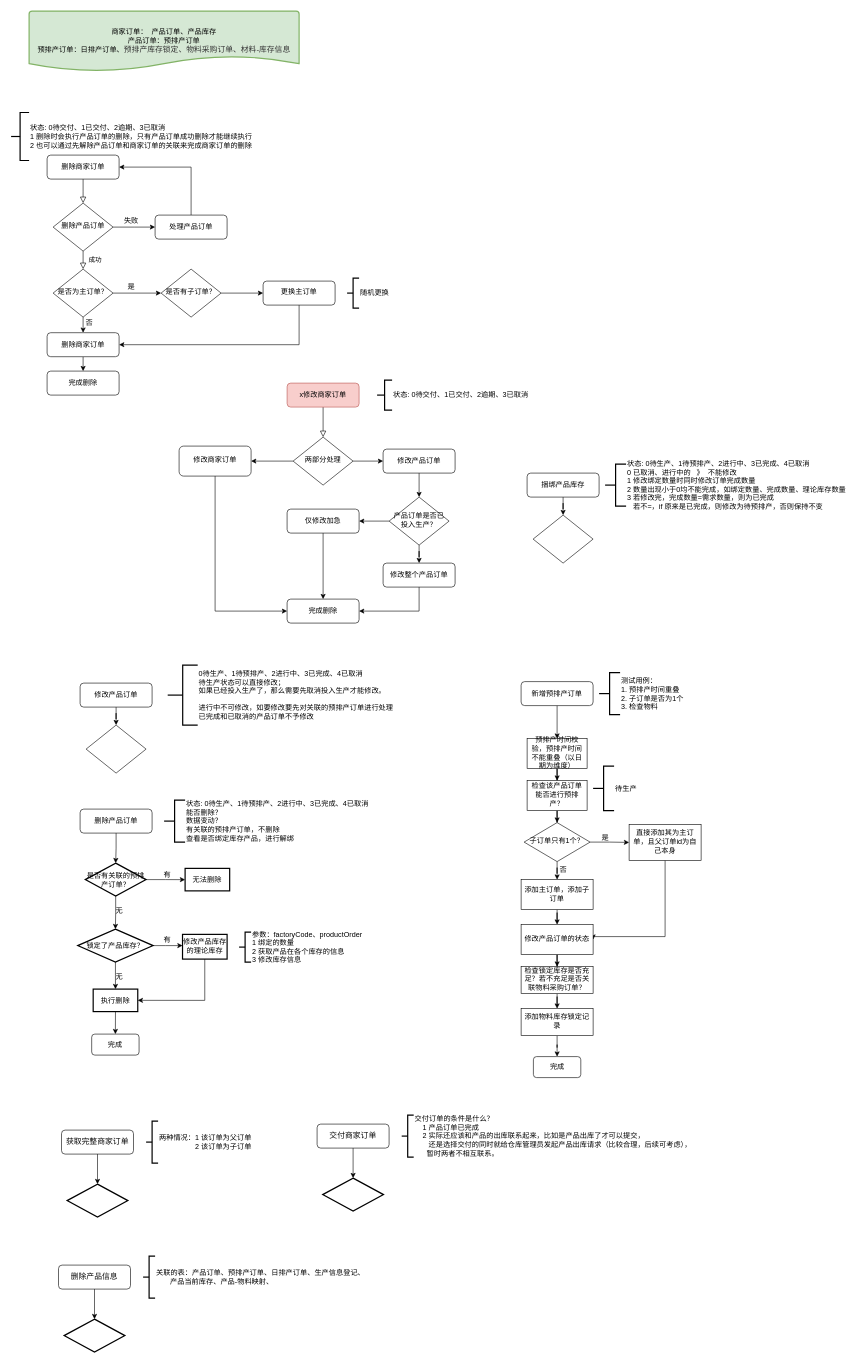
Earlier version of the draw.io diagram img/流程图.drawio (OldQi/first_rpo). Source tidied: cells renumbered, new cells numbered last; positions are measured from the earlier drawing's top-left corner, leaving out a move shared by most shapes. Both pictures are drawn from the tidied source at 60%, with x=0, y=0 at pixel (11, 11).
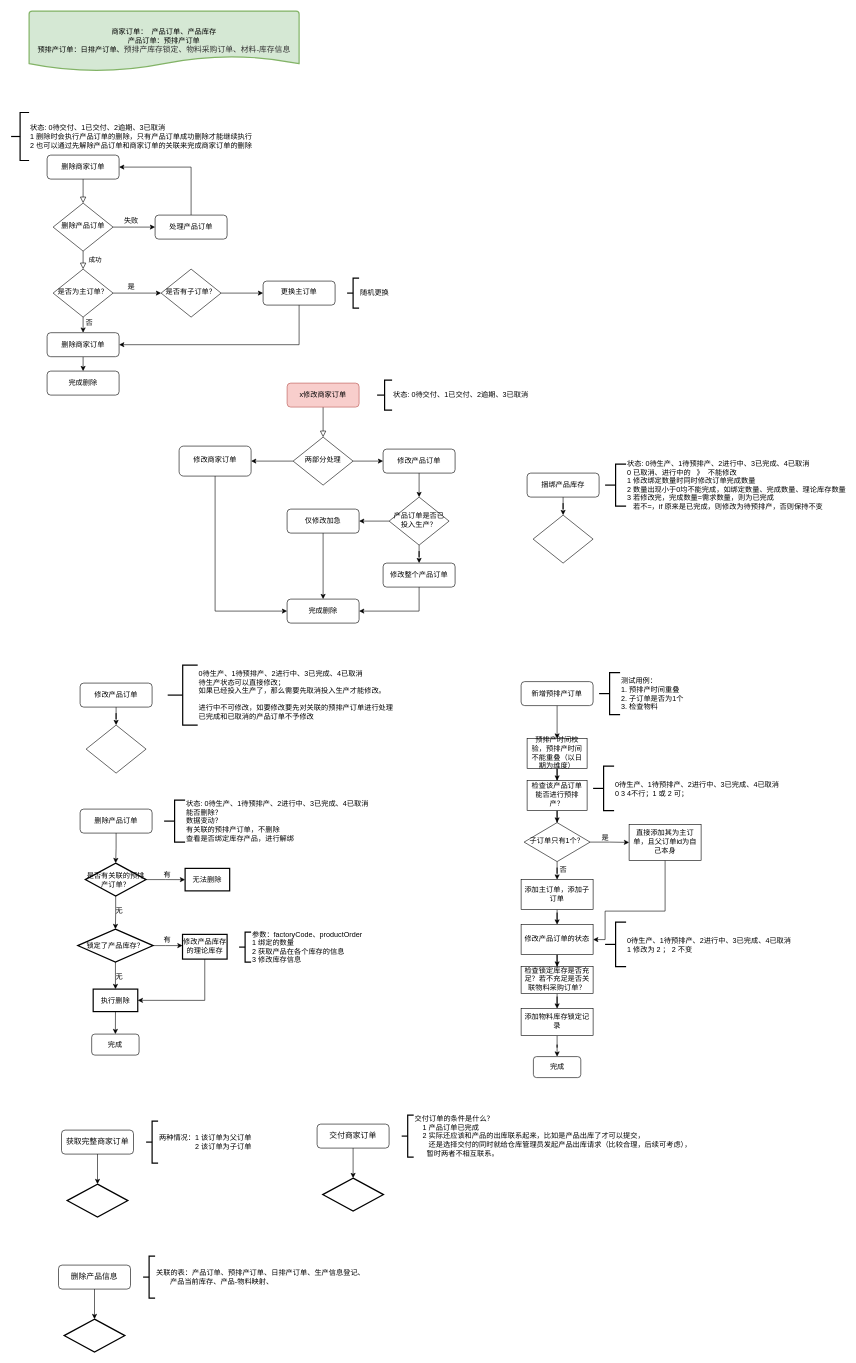
The same page after the edit.

Commit message:
更新流程图.drawio

The change refers to these unchanged cells:
```xml
<mxCell id="90" value="直接添加其为主订单，且父订单id为自己本身" style="whiteSpace=wrap;html=1;shadow=0;strokeWidth=1;spacing=6;spacingTop=-4;" parent="1" vertex="1">
  <mxGeometry x="1030" y="1355.5" width="120" height="60" as="geometry" />
</mxCell>
<mxCell id="106" value="修改产品订单的状态" style="whiteSpace=wrap;html=1;shadow=0;strokeWidth=1;spacing=6;spacingTop=-4;" parent="1" vertex="1">
  <mxGeometry x="850" y="1522.5" width="120" height="50" as="geometry" />
</mxCell>
```

What changed in the source:
```diff
@@
     <mxCell id="89" style="edgeStyle=orthogonalEdgeStyle;rounded=0;jettySize=auto;html=1;entryX=1;entryY=0.5;entryDx=0;entryDy=0;" parent="1" edge="1" source="90" target="106">
       <mxGeometry relative="1" as="geometry">
         <Array as="points">
-          <mxPoint x="1090" y="1542.5" />
-          <mxPoint x="970" y="1542.5" />
+          <mxPoint x="1090" y="1500" />
+          <mxPoint x="990" y="1500" />
+          <mxPoint x="990" y="1547" />
         </Array>
       </mxGeometry>
     </mxCell>
@@
-    <mxCell id="104" value="待生产" style="strokeWidth=2;html=1;shape=mxgraph.flowchart.annotation_2;align=left;labelPosition=right;" parent="1" vertex="1">
+    <mxCell id="104" value="0待生产、1待预排产、2进行中、3已完成、4已取消&lt;br&gt;0 3 4不行；1 或 2 可；&amp;nbsp;" style="strokeWidth=2;html=1;shape=mxgraph.flowchart.annotation_2;align=left;labelPosition=right;" parent="1" vertex="1">
       <mxGeometry x="970" y="1258.5" width="35" height="74" as="geometry" />
     </mxCell>
@@
+    <mxCell id="107" value="0待生产、1待预排产、2进行中、3已完成、4已取消&lt;br&gt;1 修改为 2 ； 2 不变" style="strokeWidth=2;html=1;shape=mxgraph.flowchart.annotation_2;align=left;labelPosition=right;" parent="1" vertex="1">
+      <mxGeometry x="990" y="1518.5" width="35" height="74" as="geometry" />
+    </mxCell>
```
